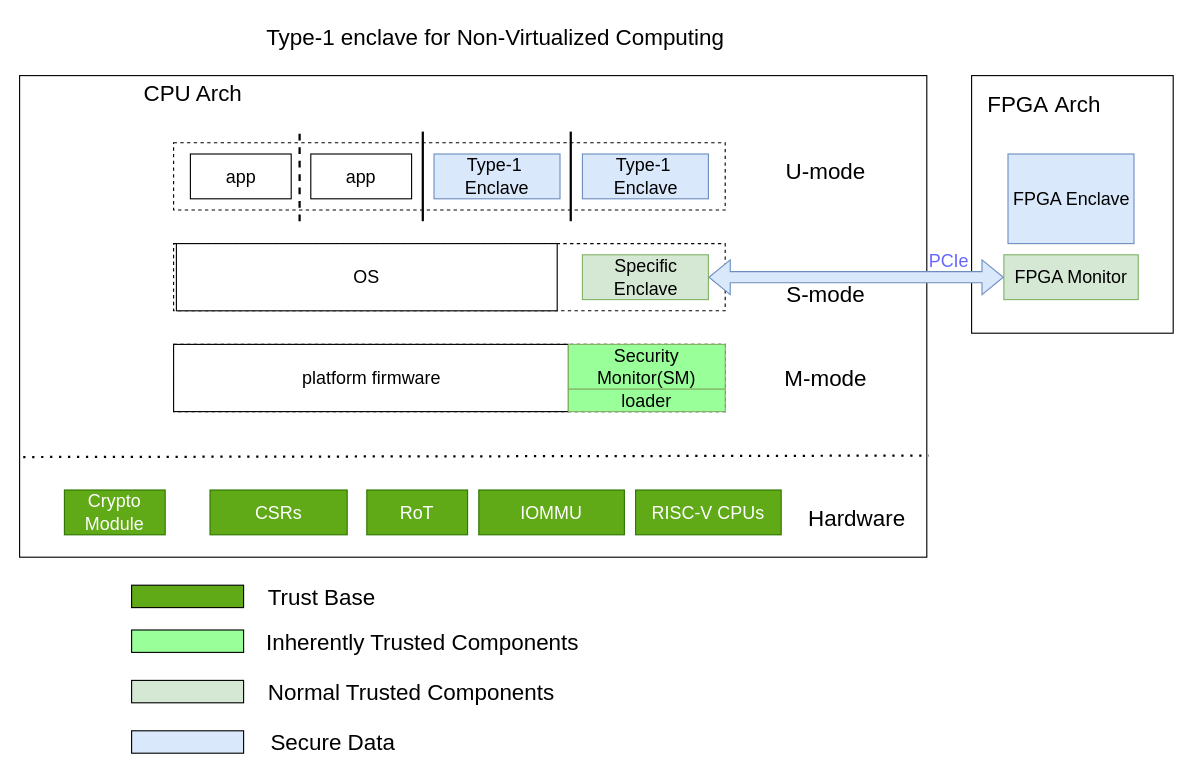
Earlier version of the draw.io diagram page "sys_overview(app)" (1 of 9) of saber.drawio (Zou1c/tmp). Source tidied: cells renumbered, new cells numbered last; positions are measured from the earlier drawing's top-left corner, leaving out a move shared by most shapes. Both pictures are drawn from the tidied source at 112%, with x=0, y=0 at pixel (19, 19).
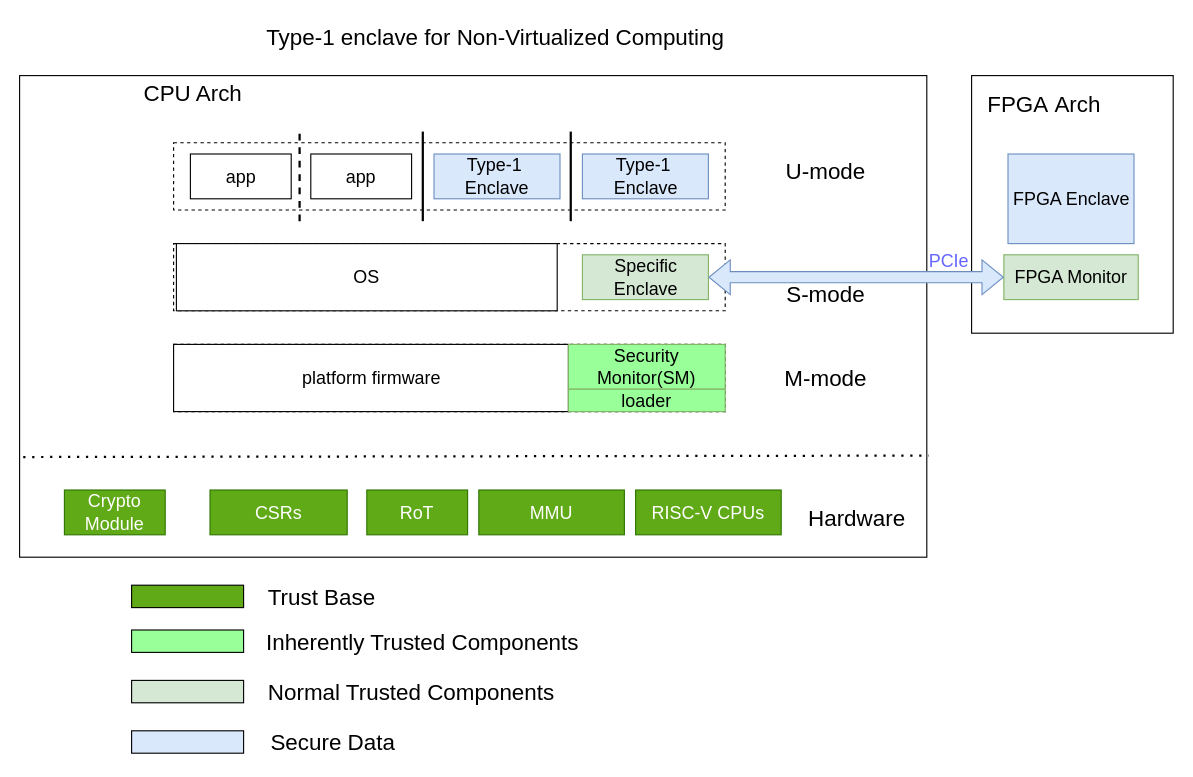
The same diagram, later.

Change to the diagram source:
```diff
@@
-    <mxCell id="41" value="IOMMU" style="rounded=0;whiteSpace=wrap;html=1;fontSize=16;fillColor=#60a917;fontColor=#ffffff;strokeColor=#2D7600;" parent="1" vertex="1">
+    <mxCell id="41" value="MMU" style="rounded=0;whiteSpace=wrap;html=1;fontSize=16;fillColor=#60a917;fontColor=#ffffff;strokeColor=#2D7600;" parent="1" vertex="1">
       <mxGeometry x="410" y="420" width="130" height="40" as="geometry" />
     </mxCell>
```
